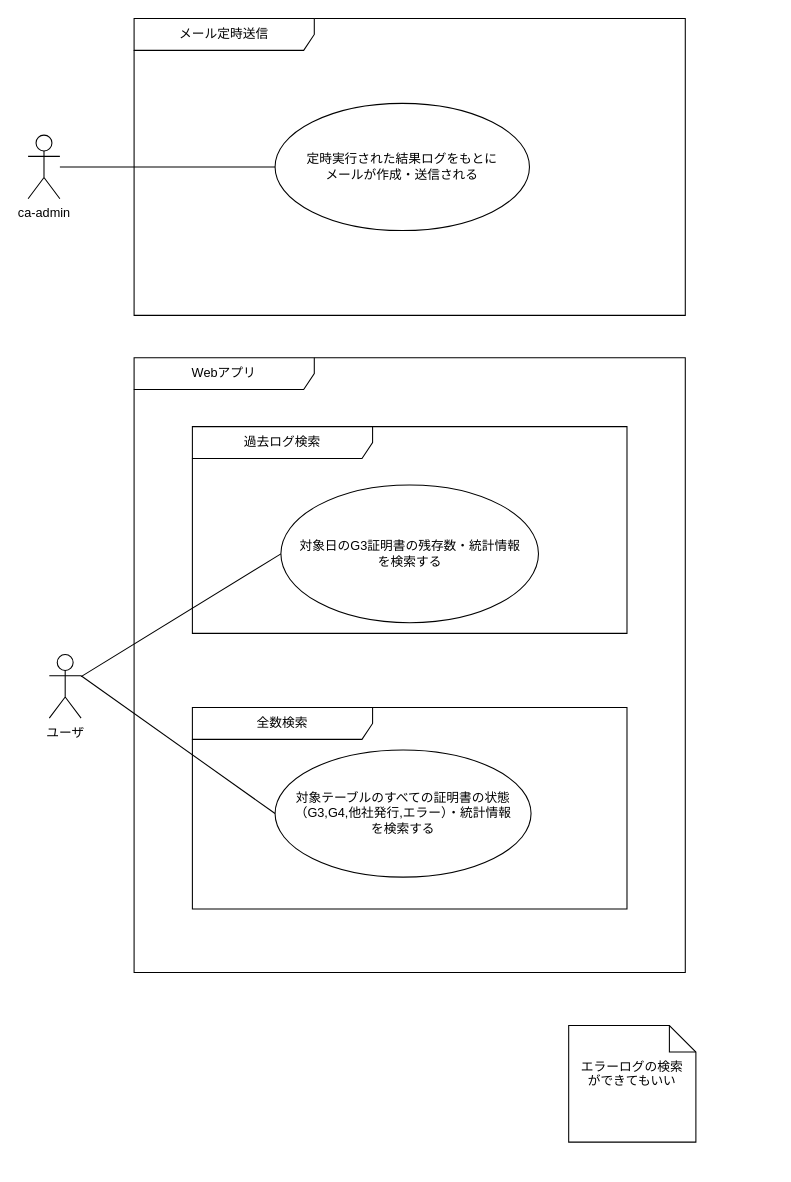
The draw.io diagram page "ユースケース図" (4 of 6) of UMLDiagram.drawio in r-asano/kaihatsubuKenshu, before the edit. Source tidied: cells renumbered, new cells numbered last; positions are measured from the earlier drawing's top-left corner, leaving out a move shared by most shapes. Both pictures are drawn from the tidied source at 106%, with x=0, y=0 at pixel (28, 18).
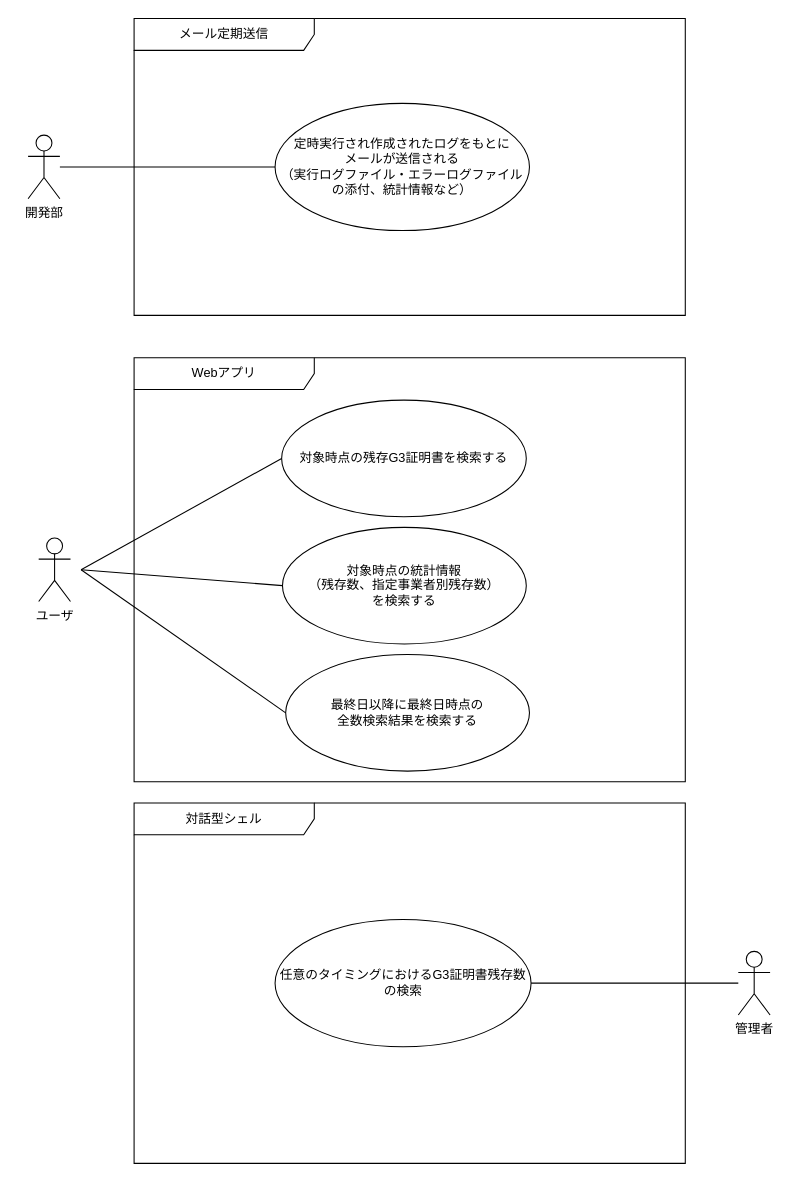
After the change.

Change to the diagram source:
```diff
@@
 <mxGraphModel>
   <root>
     <mxCell id="0" />
     <mxCell id="1" parent="0" />
+    <mxCell id="15" value="対話型シェル" style="shape=umlFrame;whiteSpace=wrap;html=1;width=170;height=30;" parent="1" vertex="1">
+      <mxGeometry x="100" y="740" width="520" height="340" as="geometry" />
+    </mxCell>
-    <mxCell id="2" value="メール定時送信" style="shape=umlFrame;whiteSpace=wrap;html=1;width=170;height=30;" parent="1" vertex="1">
+    <mxCell id="2" value="メール定期送信" style="shape=umlFrame;whiteSpace=wrap;html=1;width=170;height=30;" parent="1" vertex="1">
       <mxGeometry x="100" width="520" height="280" as="geometry" />
     </mxCell>
-    <mxCell id="3" value="&lt;div&gt;ca-admin&lt;/div&gt;" style="shape=umlActor;verticalLabelPosition=bottom;verticalAlign=top;html=1;" parent="1" vertex="1">
+    <mxCell id="3" value="開発部" style="shape=umlActor;verticalLabelPosition=bottom;verticalAlign=top;html=1;" parent="1" vertex="1">
       <mxGeometry y="110" width="30" height="60" as="geometry" />
     </mxCell>
     <mxCell id="4" value="Webアプリ" style="shape=umlFrame;whiteSpace=wrap;html=1;width=170;height=30;" parent="1" vertex="1">
-      <mxGeometry x="100" y="320" width="520" height="580" as="geometry" />
+      <mxGeometry x="100" y="320" width="520" height="400" as="geometry" />
     </mxCell>
-    <mxCell id="5" value="過去ログ検索" style="shape=umlFrame;whiteSpace=wrap;html=1;width=170;height=30;" parent="1" vertex="1">
-      <mxGeometry x="155" y="385" width="410" height="195" as="geometry" />
-    </mxCell>
-    <mxCell id="6" value="全数検索" style="shape=umlFrame;whiteSpace=wrap;html=1;width=170;height=30;" parent="1" vertex="1">
-      <mxGeometry x="155" y="650" width="410" height="190" as="geometry" />
-    </mxCell>
-    <mxCell id="7" value="&lt;div&gt;定時実行された結果ログをもとに&lt;/div&gt;&lt;div&gt;メールが作成・送信される&lt;/div&gt;" style="ellipse;whiteSpace=wrap;html=1;" parent="1" vertex="1">
+    <mxCell id="7" value="&lt;div&gt;定時実行され作成されたログをもとに&lt;/div&gt;&lt;div&gt;メールが送信される&lt;/div&gt;&lt;div&gt;（実行ログファイル・エラーログファイルの添付、統計情報など）&lt;br&gt;&lt;/div&gt;" style="ellipse;whiteSpace=wrap;html=1;" parent="1" vertex="1">
       <mxGeometry x="233" y="80" width="240" height="120" as="geometry" />
     </mxCell>
     <mxCell id="8" style="endArrow=none;html=1;entryX=0;entryY=0.5;entryDx=0;entryDy=0;" parent="1" edge="1" source="3" target="7">
       <mxGeometry relative="1" as="geometry" />
     </mxCell>
+    <mxCell id="16" style="edgeStyle=orthogonalEdgeStyle;rounded=0;jumpStyle=arc;jettySize=auto;html=1;entryX=1;entryY=0.5;entryDx=0;entryDy=0;endArrow=none;endFill=0;" parent="1" edge="1" source="9" target="19">
+      <mxGeometry relative="1" as="geometry" />
+    </mxCell>
-    <mxCell id="9" value="ユーザ" style="shape=umlActor;verticalLabelPosition=bottom;verticalAlign=top;html=1;" parent="1" vertex="1">
-      <mxGeometry x="20" y="600" width="30" height="60" as="geometry" />
+    <mxCell id="9" value="管理者" style="shape=umlActor;verticalLabelPosition=bottom;verticalAlign=top;html=1;" parent="1" vertex="1">
+      <mxGeometry x="670" y="880" width="30" height="60" as="geometry" />
     </mxCell>
-    <mxCell id="10" value="&lt;div&gt;対象日のG3証明書の残存数・統計情報&lt;/div&gt;&lt;div&gt;を検索する&lt;br&gt;&lt;/div&gt;" style="ellipse;whiteSpace=wrap;html=1;" parent="1" vertex="1">
-      <mxGeometry x="238.5" y="440" width="243" height="130" as="geometry" />
+    <mxCell id="10" value="&lt;div&gt;対象時点の残存G3証明書を検索する&lt;br&gt;&lt;/div&gt;" style="ellipse;whiteSpace=wrap;html=1;" parent="1" vertex="1">
+      <mxGeometry x="239.2" y="360" width="230.8" height="110" as="geometry" />
     </mxCell>
-    <mxCell id="11" style="endArrow=none;html=1;entryX=0;entryY=0.5;entryDx=0;entryDy=0;" parent="1" edge="1" source="9" target="10">
-      <mxGeometry relative="1" as="geometry" />
-    </mxCell>
-    <mxCell id="12" value="&lt;div&gt;対象テーブルのすべての証明書の状態（G3,G4,他社発行,エラー）・統計情報&lt;/div&gt;&lt;div&gt;を検索する&lt;br&gt;&lt;/div&gt;" style="ellipse;whiteSpace=wrap;html=1;" parent="1" vertex="1">
-      <mxGeometry x="233" y="690" width="241.5" height="120" as="geometry" />
-    </mxCell>
-    <mxCell id="13" style="endArrow=none;html=1;exitX=1;exitY=0.3333333333333333;exitDx=0;exitDy=0;exitPerimeter=0;entryX=0;entryY=0.5;entryDx=0;entryDy=0;" parent="1" edge="1" source="9" target="12">
-      <mxGeometry relative="1" as="geometry" />
-    </mxCell>
-    <mxCell id="14" value="&lt;div&gt;エラーログの検索&lt;/div&gt;&lt;div&gt;ができてもいい&lt;br&gt;&lt;/div&gt;" style="shape=note2;boundedLbl=1;whiteSpace=wrap;html=1;size=25;verticalAlign=top;align=center;" parent="1" vertex="1">
-      <mxGeometry x="510" y="950" width="120" height="110" as="geometry" />
-    </mxCell>
+    <mxCell id="17" value="&lt;div&gt;対象時点の統計情報&lt;/div&gt;&lt;div&gt;（残存数、指定事業者別残存数）&lt;/div&gt;&lt;div&gt;を検索する&lt;br&gt;&lt;/div&gt;" style="ellipse;whiteSpace=wrap;html=1;" parent="1" vertex="1">
+      <mxGeometry x="240" y="480" width="230" height="110" as="geometry" />
+    </mxCell>
+    <mxCell id="18" value="ユーザ" style="shape=umlActor;verticalLabelPosition=bottom;verticalAlign=top;html=1;" parent="1" vertex="1">
+      <mxGeometry x="10" y="490" width="30" height="60" as="geometry" />
+    </mxCell>
+    <mxCell id="19" value="&lt;div&gt;任意のタイミングにおけるG3証明書残存数&lt;/div&gt;&lt;div&gt;の検索&lt;/div&gt;" style="ellipse;whiteSpace=wrap;html=1;" parent="1" vertex="1">
+      <mxGeometry x="233" y="850" width="241.5" height="120" as="geometry" />
+    </mxCell>
+    <mxCell id="20" value="&lt;div&gt;最終日以降に最終日時点の&lt;/div&gt;&lt;div&gt;全数検索結果を検索する&lt;/div&gt;" style="ellipse;whiteSpace=wrap;html=1;" parent="1" vertex="1">
+      <mxGeometry x="243" y="600" width="230" height="110" as="geometry" />
+    </mxCell>
+    <mxCell id="21" style="endArrow=none;html=1;entryX=0;entryY=0.5;entryDx=0;entryDy=0;" parent="1" edge="1" target="10">
+      <mxGeometry relative="1" as="geometry">
+        <mxPoint x="50" y="520" as="sourcePoint" />
+      </mxGeometry>
+    </mxCell>
+    <mxCell id="22" style="endArrow=none;html=1;entryX=0;entryY=0.5;entryDx=0;entryDy=0;" parent="1" edge="1" target="17">
+      <mxGeometry relative="1" as="geometry">
+        <mxPoint x="50" y="520" as="sourcePoint" />
+      </mxGeometry>
+    </mxCell>
+    <mxCell id="23" style="endArrow=none;html=1;entryX=0;entryY=0.5;entryDx=0;entryDy=0;" parent="1" edge="1" target="20">
+      <mxGeometry relative="1" as="geometry">
+        <mxPoint x="50" y="520" as="sourcePoint" />
+      </mxGeometry>
+    </mxCell>
   </root>
 </mxGraphModel>
```
